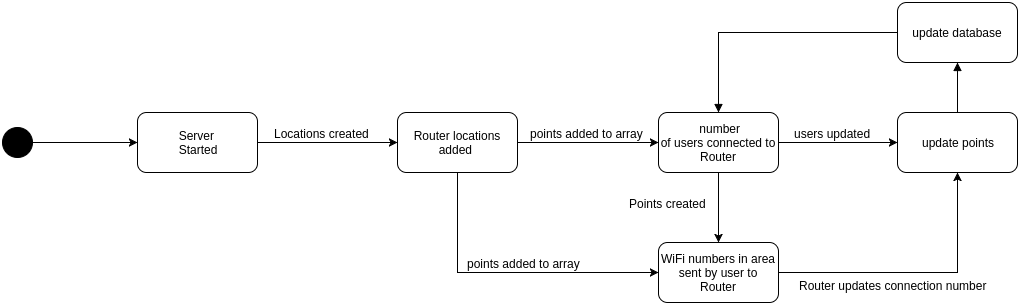
Above: Images/State-Diagram-Surveillance.png in PeterRayner/COS301_Team_Haskell_Phase2 (draw.io), before the change. Source tidied: cells renumbered, new cells last; positions are measured from the earlier drawing's top-left corner, leaving out a move shared by most shapes. Source of this version:
```xml
<mxGraphModel background="#ffffff">
  <root>
    <mxCell id="0" style="html=1;" />
    <mxCell id="1" style="html=1;" parent="0" />
    <mxCell id="2" style="edgeStyle=orthogonalEdgeStyle;rounded=0;html=1;exitX=1;exitY=0.5;entryX=0;entryY=0.5;jettySize=auto;" parent="1" edge="1" source="3" target="6">
      <mxGeometry x="155" y="620" as="geometry" />
    </mxCell>
    <mxCell id="3" style="ellipse;whiteSpace=wrap;html=1;fillColor=#000000;" parent="1" vertex="1">
      <mxGeometry y="125" width="30" height="30" as="geometry" />
    </mxCell>
    <mxCell id="4" style="edgeStyle=orthogonalEdgeStyle;rounded=0;html=1;exitX=1;exitY=0.5;jettySize=auto;" parent="1" edge="1" source="6" target="9">
      <mxGeometry x="380" y="620" as="geometry" />
    </mxCell>
    <mxCell id="5" value="Locations created" style="text;html=1;align=center;verticalAlign=middle;labelBackgroundColor=#ffffff;" parent="4" vertex="1">
      <mxGeometry y="-6" relative="1" as="geometry">
        <mxPoint x="-6" y="-16" as="offset" />
      </mxGeometry>
    </mxCell>
    <mxCell id="6" value="Server&amp;nbsp;&lt;div&gt;Started&lt;/div&gt;" style="rounded=1;whiteSpace=wrap;html=1;fillColor=none;" parent="1" vertex="1">
      <mxGeometry x="135" y="110" width="120" height="60" as="geometry" />
    </mxCell>
    <mxCell id="7" style="edgeStyle=orthogonalEdgeStyle;rounded=0;html=1;exitX=1;exitY=0.5;entryX=0;entryY=0.5;jettySize=auto;" parent="1" edge="1" source="9" target="11">
      <mxGeometry x="640" y="620" as="geometry" />
    </mxCell>
    <mxCell id="8" value="points added to array" style="text;html=1;align=center;verticalAlign=middle;labelBackgroundColor=#ffffff;" parent="7" vertex="1">
      <mxGeometry x="0.21" relative="1" as="geometry">
        <mxPoint x="-16" y="-10" as="offset" />
      </mxGeometry>
    </mxCell>
    <mxCell id="9" value="Router locations added&amp;nbsp;" style="rounded=1;whiteSpace=wrap;html=1;fillColor=none;" parent="1" vertex="1">
      <mxGeometry x="395" y="110" width="120" height="60" as="geometry" />
    </mxCell>
    <mxCell id="10" style="edgeStyle=orthogonalEdgeStyle;rounded=0;html=1;exitX=1;exitY=0.5;entryX=0;entryY=0.5;jettySize=auto;" parent="1" edge="1" source="11" target="13">
      <mxGeometry x="901" y="620" as="geometry" />
    </mxCell>
    <mxCell id="11" value="&amp;nbsp;number&lt;div&gt;of users connected to Router&lt;/div&gt;" style="rounded=1;whiteSpace=wrap;html=1;fillColor=none;" parent="1" vertex="1">
      <mxGeometry x="656" y="110" width="120" height="60" as="geometry" />
    </mxCell>
    <mxCell id="12" style="edgeStyle=orthogonalEdgeStyle;rounded=0;html=1;endArrow=block;endFill=1;jettySize=auto;" parent="1" edge="1" source="13" target="22">
      <mxGeometry relative="1" as="geometry" />
    </mxCell>
    <mxCell id="13" value="update points" style="rounded=1;whiteSpace=wrap;html=1;fillColor=none;" parent="1" vertex="1">
      <mxGeometry x="895" y="110" width="120" height="60" as="geometry" />
    </mxCell>
    <mxCell id="14" style="ellipse;whiteSpace=wrap;html=1;fillColor=none;" parent="1" vertex="1">
      <mxGeometry x="1075" y="160" height="120" as="geometry" />
    </mxCell>
    <mxCell id="15" value="WiFi numbers in area sent by user to Router" style="rounded=1;whiteSpace=wrap;html=1;fillColor=none;" parent="1" vertex="1">
      <mxGeometry x="656" y="240" width="120" height="60" as="geometry" />
    </mxCell>
    <mxCell id="16" style="edgeStyle=orthogonalEdgeStyle;rounded=0;html=1;exitX=0.5;exitY=1;entryX=0;entryY=0.5;jettySize=auto;" parent="1" edge="1" source="9">
      <mxGeometry x="640" y="750" as="geometry">
        <mxPoint x="656" y="270" as="targetPoint" />
        <Array as="points">
          <mxPoint x="455" y="270" />
        </Array>
      </mxGeometry>
    </mxCell>
    <mxCell id="17" value="points added to array" style="text;html=1;align=center;verticalAlign=middle;labelBackgroundColor=#ffffff;" parent="16" vertex="1">
      <mxGeometry x="0.21" relative="1" as="geometry">
        <mxPoint x="-16" y="-10" as="offset" />
      </mxGeometry>
    </mxCell>
    <mxCell id="18" style="edgeStyle=orthogonalEdgeStyle;rounded=0;html=1;exitX=1;exitY=0.5;jettySize=auto;entryX=0.5;entryY=1;" parent="1" edge="1" source="15" target="13">
      <mxGeometry x="1109" y="750" as="geometry">
        <Array as="points">
          <mxPoint x="955" y="270" />
        </Array>
      </mxGeometry>
    </mxCell>
    <mxCell id="19" style="edgeStyle=orthogonalEdgeStyle;rounded=0;html=1;exitX=0.5;exitY=1;jettySize=auto;entryX=0.5;entryY=0;" parent="1" edge="1" source="11" target="15">
      <mxGeometry x="820" y="680" as="geometry">
        <Array as="points">
          <mxPoint x="716" y="190" />
          <mxPoint x="716" y="190" />
        </Array>
      </mxGeometry>
    </mxCell>
    <mxCell id="20" value="Points created" style="text;html=1;align=center;verticalAlign=middle;labelBackgroundColor=#ffffff;" parent="19" vertex="1">
      <mxGeometry y="-6" relative="1" as="geometry">
        <mxPoint x="-45" y="-5" as="offset" />
      </mxGeometry>
    </mxCell>
    <mxCell id="21" style="edgeStyle=orthogonalEdgeStyle;rounded=0;html=1;entryX=0.5;entryY=0;endArrow=block;endFill=1;jettySize=auto;" parent="1" edge="1" source="22" target="11">
      <mxGeometry relative="1" as="geometry" />
    </mxCell>
    <mxCell id="22" value="update database" style="rounded=1;whiteSpace=wrap;html=1;fillColor=none;" parent="1" vertex="1">
      <mxGeometry x="895" width="120" height="60" as="geometry" />
    </mxCell>
    <mxCell id="23" value="&lt;span style=&quot;color: rgb(0, 0, 0); font-family: Helvetica; font-size: 12px; font-style: normal; font-variant-ligatures: normal; font-variant-caps: normal; font-weight: normal; letter-spacing: normal; orphans: 2; text-align: center; text-indent: 0px; text-transform: none; white-space: nowrap; widows: 2; word-spacing: 0px; -webkit-text-stroke-width: 0px; background-color: rgb(255, 255, 255); display: inline !important; float: none;&quot;&gt;Router updates connection number&lt;/span&gt;" style="text;html=1;" parent="1" vertex="1">
      <mxGeometry x="795" y="270" width="220" height="30" as="geometry" />
    </mxCell>
    <mxCell id="24" value="users updated" style="text;html=1;align=center;verticalAlign=middle;labelBackgroundColor=#ffffff;" parent="1" vertex="1">
      <mxGeometry x="845" y="140" as="geometry">
        <mxPoint x="-16" y="-10" as="offset" />
      </mxGeometry>
    </mxCell>
  </root>
</mxGraphModel>
```
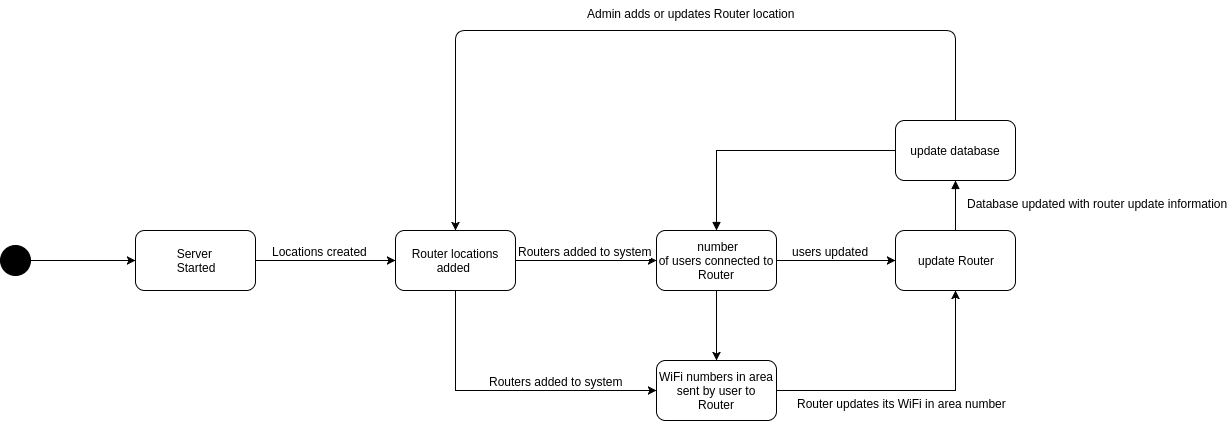
Above is the later version.

Commit message:
Update LaTeX file. Added Surveillance diagrams, updated Data diagrams, updated User diagrams. Added Surveillance description

What changed in the source:
```diff
@@ -22,7 +22,7 @@
     <mxCell id="7" style="edgeStyle=orthogonalEdgeStyle;rounded=0;html=1;exitX=1;exitY=0.5;entryX=0;entryY=0.5;jettySize=auto;" parent="1" edge="1" source="9" target="11">
       <mxGeometry x="640" y="620" as="geometry" />
     </mxCell>
-    <mxCell id="8" value="points added to array" style="text;html=1;align=center;verticalAlign=middle;labelBackgroundColor=#ffffff;" parent="7" vertex="1">
+    <mxCell id="8" value="Routers added to system" style="text;html=1;align=center;verticalAlign=middle;labelBackgroundColor=#ffffff;" parent="7" vertex="1">
       <mxGeometry x="0.21" relative="1" as="geometry">
         <mxPoint x="-16" y="-10" as="offset" />
       </mxGeometry>
@@ -39,7 +39,7 @@
     <mxCell id="12" style="edgeStyle=orthogonalEdgeStyle;rounded=0;html=1;endArrow=block;endFill=1;jettySize=auto;" parent="1" edge="1" source="13" target="22">
       <mxGeometry relative="1" as="geometry" />
     </mxCell>
-    <mxCell id="13" value="update points" style="rounded=1;whiteSpace=wrap;html=1;fillColor=none;" parent="1" vertex="1">
+    <mxCell id="13" value="update Router" style="rounded=1;whiteSpace=wrap;html=1;fillColor=none;" parent="1" vertex="1">
       <mxGeometry x="895" y="110" width="120" height="60" as="geometry" />
     </mxCell>
     <mxCell id="14" style="ellipse;whiteSpace=wrap;html=1;fillColor=none;" parent="1" vertex="1">
@@ -56,9 +56,9 @@
         </Array>
       </mxGeometry>
     </mxCell>
-    <mxCell id="17" value="points added to array" style="text;html=1;align=center;verticalAlign=middle;labelBackgroundColor=#ffffff;" parent="16" vertex="1">
+    <mxCell id="17" value="Routers added to system" style="text;html=1;align=center;verticalAlign=middle;labelBackgroundColor=#ffffff;" parent="16" vertex="1">
       <mxGeometry x="0.21" relative="1" as="geometry">
-        <mxPoint x="-16" y="-10" as="offset" />
+        <mxPoint x="18" y="-10" as="offset" />
       </mxGeometry>
     </mxCell>
     <mxCell id="18" style="edgeStyle=orthogonalEdgeStyle;rounded=0;html=1;exitX=1;exitY=0.5;jettySize=auto;entryX=0.5;entryY=1;" parent="1" edge="1" source="15" target="13">
@@ -76,18 +76,13 @@
         </Array>
       </mxGeometry>
     </mxCell>
-    <mxCell id="20" value="Points created" style="text;html=1;align=center;verticalAlign=middle;labelBackgroundColor=#ffffff;" parent="19" vertex="1">
-      <mxGeometry y="-6" relative="1" as="geometry">
-        <mxPoint x="-45" y="-5" as="offset" />
-      </mxGeometry>
-    </mxCell>
     <mxCell id="21" style="edgeStyle=orthogonalEdgeStyle;rounded=0;html=1;entryX=0.5;entryY=0;endArrow=block;endFill=1;jettySize=auto;" parent="1" edge="1" source="22" target="11">
       <mxGeometry relative="1" as="geometry" />
     </mxCell>
     <mxCell id="22" value="update database" style="rounded=1;whiteSpace=wrap;html=1;fillColor=none;" parent="1" vertex="1">
       <mxGeometry x="895" width="120" height="60" as="geometry" />
     </mxCell>
-    <mxCell id="23" value="&lt;span style=&quot;color: rgb(0, 0, 0); font-family: Helvetica; font-size: 12px; font-style: normal; font-variant-ligatures: normal; font-variant-caps: normal; font-weight: normal; letter-spacing: normal; orphans: 2; text-align: center; text-indent: 0px; text-transform: none; white-space: nowrap; widows: 2; word-spacing: 0px; -webkit-text-stroke-width: 0px; background-color: rgb(255, 255, 255); display: inline !important; float: none;&quot;&gt;Router updates connection number&lt;/span&gt;" style="text;html=1;" parent="1" vertex="1">
+    <mxCell id="23" value="&lt;span style=&quot;color: rgb(0 , 0 , 0) ; font-family: &amp;#34;helvetica&amp;#34; ; font-size: 12px ; font-style: normal ; font-weight: normal ; letter-spacing: normal ; text-align: center ; text-indent: 0px ; text-transform: none ; white-space: nowrap ; word-spacing: 0px ; background-color: rgb(255 , 255 , 255) ; display: inline ; float: none&quot;&gt;Router updates its WiFi in area number&lt;/span&gt;" style="text;html=1;" parent="1" vertex="1">
       <mxGeometry x="795" y="270" width="220" height="30" as="geometry" />
     </mxCell>
     <mxCell id="24" value="users updated" style="text;html=1;align=center;verticalAlign=middle;labelBackgroundColor=#ffffff;" parent="1" vertex="1">
@@ -95,5 +90,19 @@
         <mxPoint x="-16" y="-10" as="offset" />
       </mxGeometry>
     </mxCell>
+    <mxCell id="25" value="&lt;div style=&quot;text-align: center&quot;&gt;Database updated with router update information&lt;/div&gt;" style="text;html=1;" parent="1" vertex="1">
+      <mxGeometry x="965" y="70" width="220" height="30" as="geometry" />
+    </mxCell>
+    <mxCell id="26" style="endArrow=classic;html=1;entryX=0.5;entryY=0;exitX=0.5;exitY=0;" parent="1" edge="1" source="22" target="9">
+      <mxGeometry relative="1" as="geometry">
+        <Array as="points">
+          <mxPoint x="955" y="-90" />
+          <mxPoint x="455" y="-90" />
+        </Array>
+      </mxGeometry>
+    </mxCell>
+    <mxCell id="27" value="&lt;span style=&quot;color: rgb(0 , 0 , 0) ; font-family: &amp;#34;helvetica&amp;#34; ; font-size: 12px ; font-style: normal ; font-weight: normal ; letter-spacing: normal ; text-align: center ; text-indent: 0px ; text-transform: none ; white-space: nowrap ; word-spacing: 0px ; background-color: rgb(255 , 255 , 255) ; display: inline ; float: none&quot;&gt;Admin adds or updates Router location&lt;/span&gt;" style="text;html=1;" parent="1" vertex="1">
+      <mxGeometry x="585" y="-120" width="220" height="30" as="geometry" />
+    </mxCell>
   </root>
 </mxGraphModel>
```
